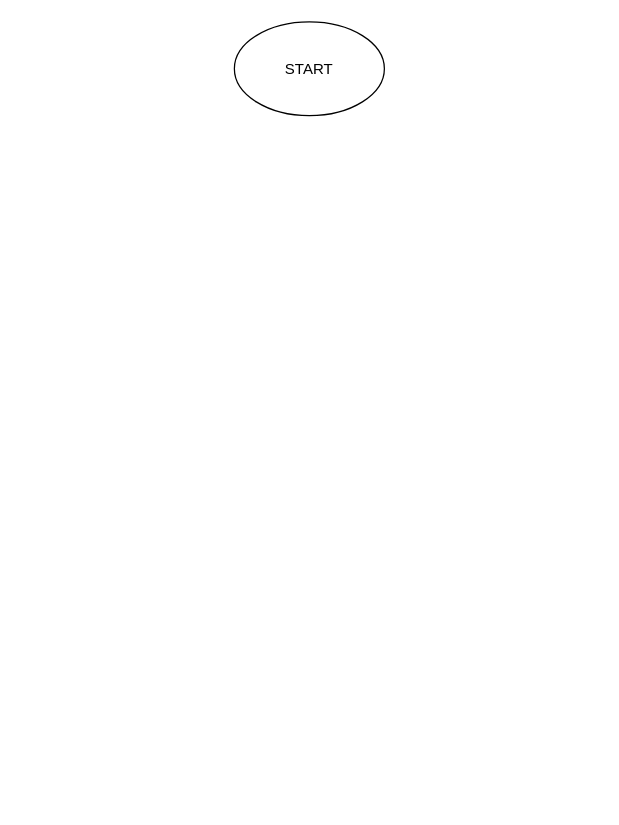
Above: Untitled Diagram.drawio in Zinnymii/IN-THE-ACTUAL-BENINGIN (draw.io), before the change. Source tidied: cells renumbered, new cells numbered last; positions are measured from the earlier drawing's top-left corner, leaving out a move shared by most shapes. Both pictures are drawn from the tidied source at 125%, with x=0, y=0 at pixel (234, 21).
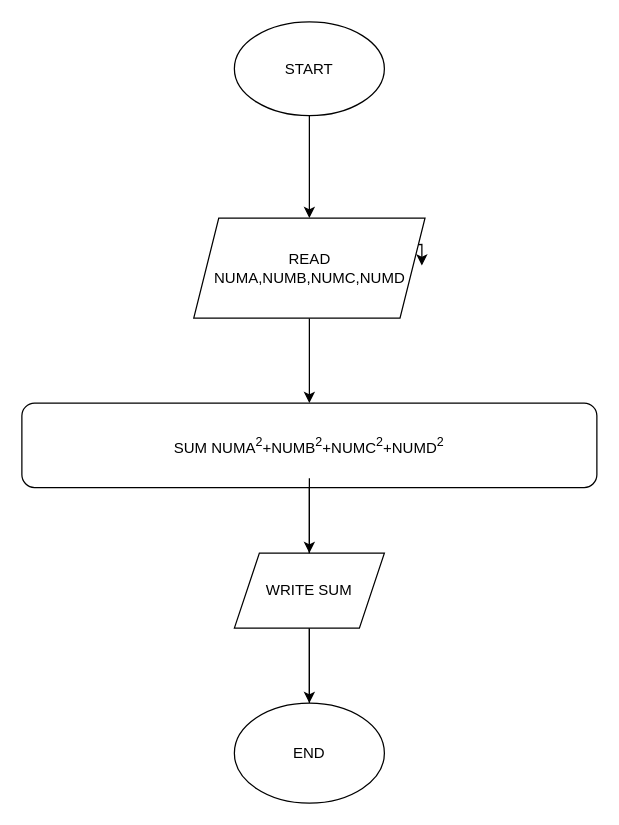
After the change.

Diff of the diagram source:
```diff
@@
 <mxGraphModel>
   <root>
     <mxCell id="0" />
     <mxCell id="1" parent="0" />
+    <mxCell id="3" style="edgeStyle=orthogonalEdgeStyle;rounded=0;jettySize=auto;html=1;" parent="1" edge="1" source="2" target="6">
+      <mxGeometry relative="1" as="geometry" />
+    </mxCell>
     <mxCell id="2" value="START" style="ellipse;whiteSpace=wrap;html=1;" parent="1" vertex="1">
       <mxGeometry width="120" height="75" as="geometry" />
     </mxCell>
+    <mxCell id="4" style="edgeStyle=orthogonalEdgeStyle;rounded=0;jettySize=auto;html=1;" parent="1" edge="1" source="6" target="8">
+      <mxGeometry relative="1" as="geometry" />
+    </mxCell>
+    <mxCell id="5" style="edgeStyle=orthogonalEdgeStyle;rounded=0;jettySize=auto;html=1;exitX=1;exitY=0.25;exitDx=0;exitDy=0;" parent="1" edge="1" source="6">
+      <mxGeometry relative="1" as="geometry">
+        <mxPoint x="150" y="195" as="targetPoint" />
+      </mxGeometry>
+    </mxCell>
+    <mxCell id="6" value="READ NUMA,NUMB,NUMC,NUMD" style="shape=parallelogram;perimeter=parallelogramPerimeter;whiteSpace=wrap;html=1;fixedSize=1;" parent="1" vertex="1">
+      <mxGeometry x="-32.5" y="157" width="185" height="80" as="geometry" />
+    </mxCell>
+    <mxCell id="7" style="edgeStyle=orthogonalEdgeStyle;rounded=0;jettySize=auto;html=1;" parent="1" edge="1" source="8" target="10">
+      <mxGeometry relative="1" as="geometry" />
+    </mxCell>
+    <mxCell id="8" value="SUM NUMA&lt;sup&gt;2&lt;/sup&gt;+NUMB&lt;sup&gt;2&lt;/sup&gt;+NUMC&lt;sup&gt;2&lt;/sup&gt;+NUMD&lt;sup&gt;2&lt;/sup&gt;" style="rounded=1;whiteSpace=wrap;html=1;" parent="1" vertex="1">
+      <mxGeometry x="-170" y="305" width="460" height="67.5" as="geometry" />
+    </mxCell>
+    <mxCell id="9" style="edgeStyle=orthogonalEdgeStyle;rounded=0;jettySize=auto;html=1;" parent="1" edge="1" source="10" target="12">
+      <mxGeometry relative="1" as="geometry">
+        <Array as="points">
+          <mxPoint x="60" y="365" />
+          <mxPoint x="60" y="365" />
+        </Array>
+      </mxGeometry>
+    </mxCell>
+    <mxCell id="10" value="END" style="ellipse;whiteSpace=wrap;html=1;" parent="1" vertex="1">
+      <mxGeometry y="545" width="120" height="80" as="geometry" />
+    </mxCell>
+    <mxCell id="11" style="edgeStyle=orthogonalEdgeStyle;rounded=0;orthogonalLoop=1;jettySize=auto;html=1;exitX=0.5;exitY=0;exitDx=0;exitDy=0;" parent="1" edge="1" source="8" target="8">
+      <mxGeometry relative="1" as="geometry">
+        <Array as="points">
+          <mxPoint x="60" y="345" />
+          <mxPoint x="60" y="345" />
+        </Array>
+      </mxGeometry>
+    </mxCell>
+    <mxCell id="12" value="WRITE SUM" style="shape=parallelogram;perimeter=parallelogramPerimeter;whiteSpace=wrap;html=1;fixedSize=1;" parent="1" vertex="1">
+      <mxGeometry y="425" width="120" height="60" as="geometry" />
+    </mxCell>
   </root>
 </mxGraphModel>
```
